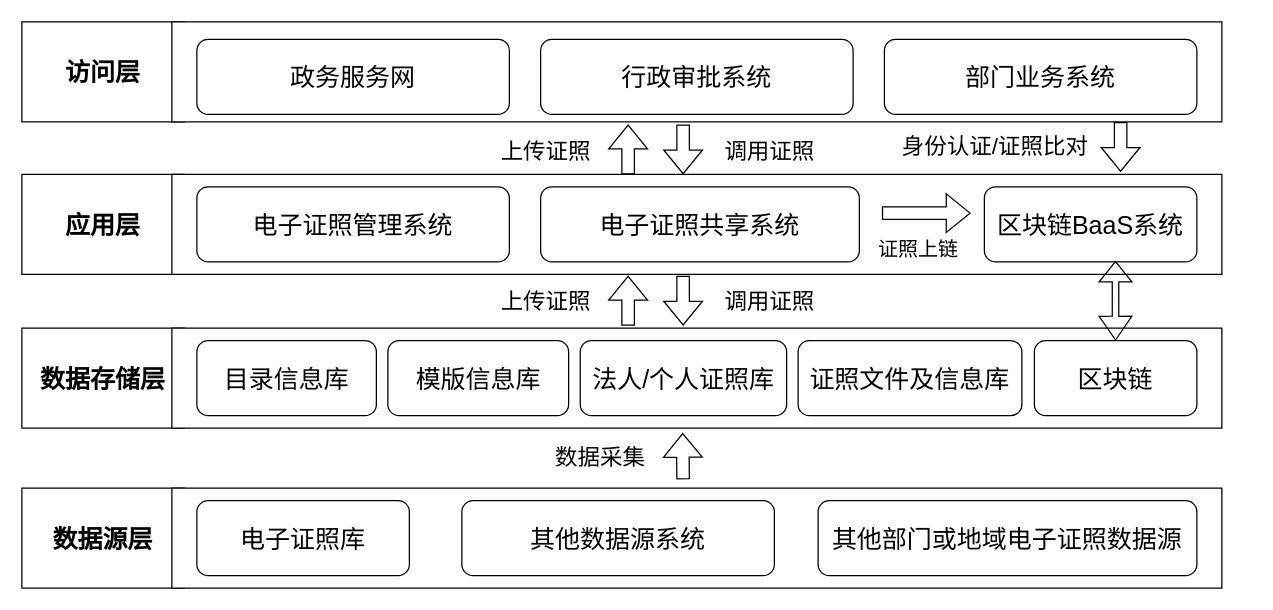
Earlier version of the draw.io diagram 电子证照架构图.drawio (ForLina/sxc_contract). Source tidied: cells renumbered, new cells numbered last; positions are measured from the earlier drawing's top-left corner, leaving out a move shared by most shapes. Both pictures are drawn from the tidied source at 125%, with x=0, y=0 at pixel (21, 21).
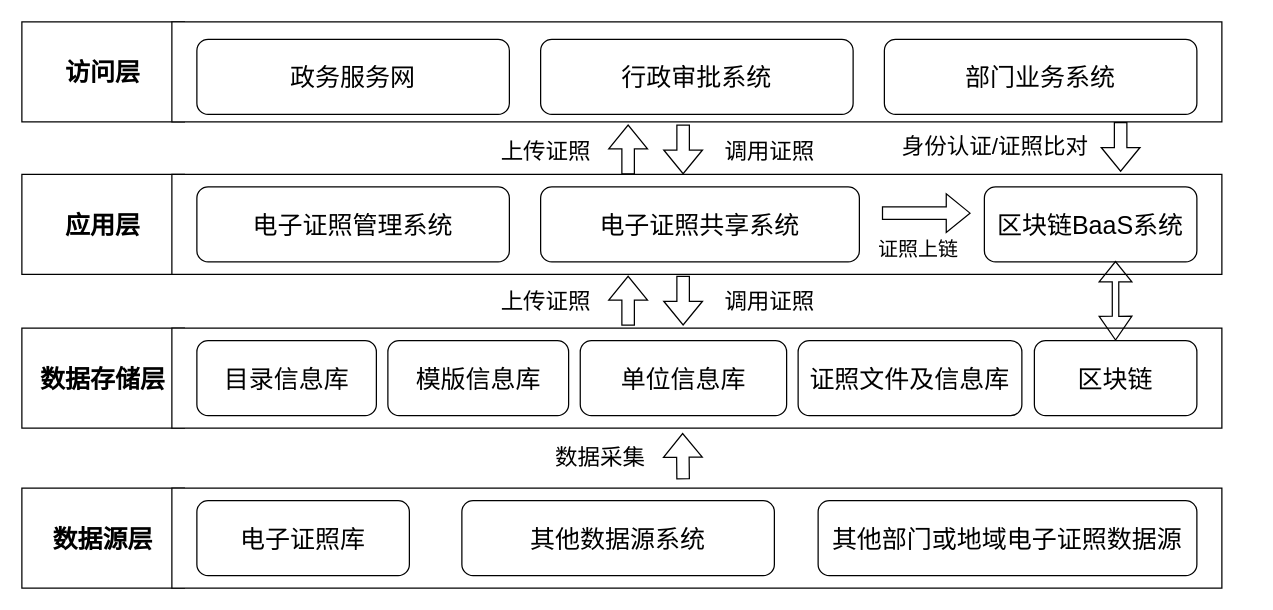
Above is the later version.

Commit message:
更新电子证照架构图.drawio

The change refers to these unchanged cells:
```xml
<mxCell id="20" style="group;" parent="17" vertex="1">
  <mxGeometry x="140" y="10" width="800" height="60" as="geometry" />
</mxCell>
```

Diff of the diagram source:
```diff
@@
-    <mxCell id="23" value="&lt;span style=&quot;font-size: 20px;&quot;&gt;法人/个人证照库&lt;/span&gt;" style="rounded=1;whiteSpace=wrap;html=1;" parent="20" vertex="1">
+    <mxCell id="23" value="&lt;span style=&quot;font-size: 20px;&quot;&gt;单位信息库&lt;/span&gt;" style="rounded=1;whiteSpace=wrap;html=1;" parent="20" vertex="1">
       <mxGeometry x="306.7" width="165.1" height="60" as="geometry" />
     </mxCell>
```
